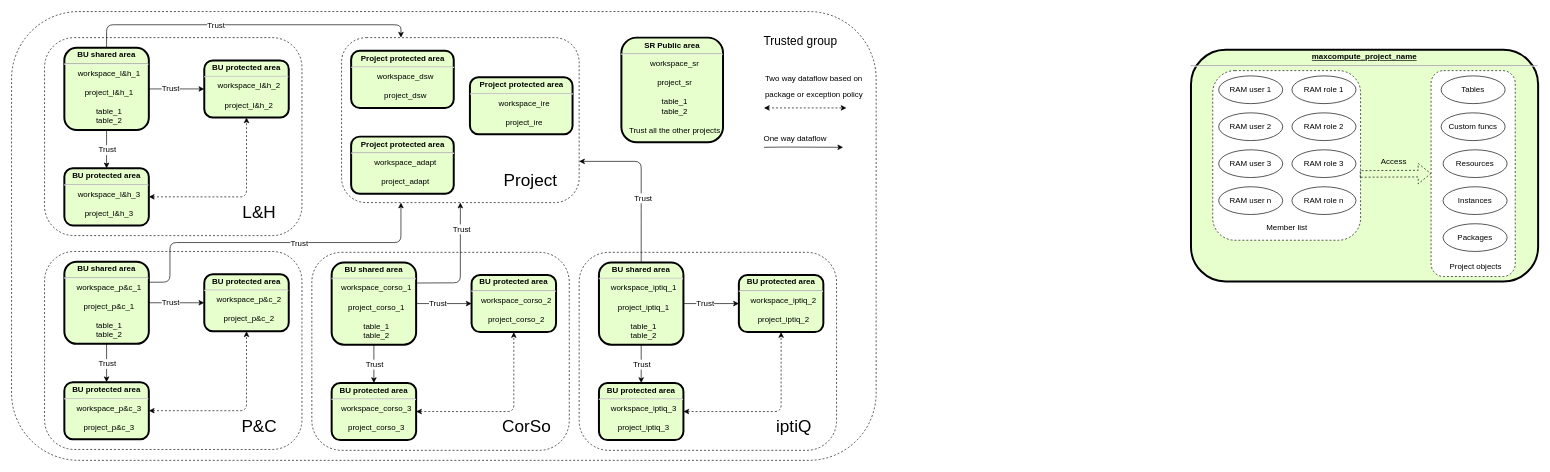
This is dsad-731.drawio from huangdgm/webstore-v2.0, a draw.io file, before an edit. Source tidied: cells renumbered, new cells numbered last; positions are measured from the earlier drawing's top-left corner, leaving out a move shared by most shapes. Both pictures are drawn from the tidied source at 66%, with x=0, y=0 at pixel (11, 11).
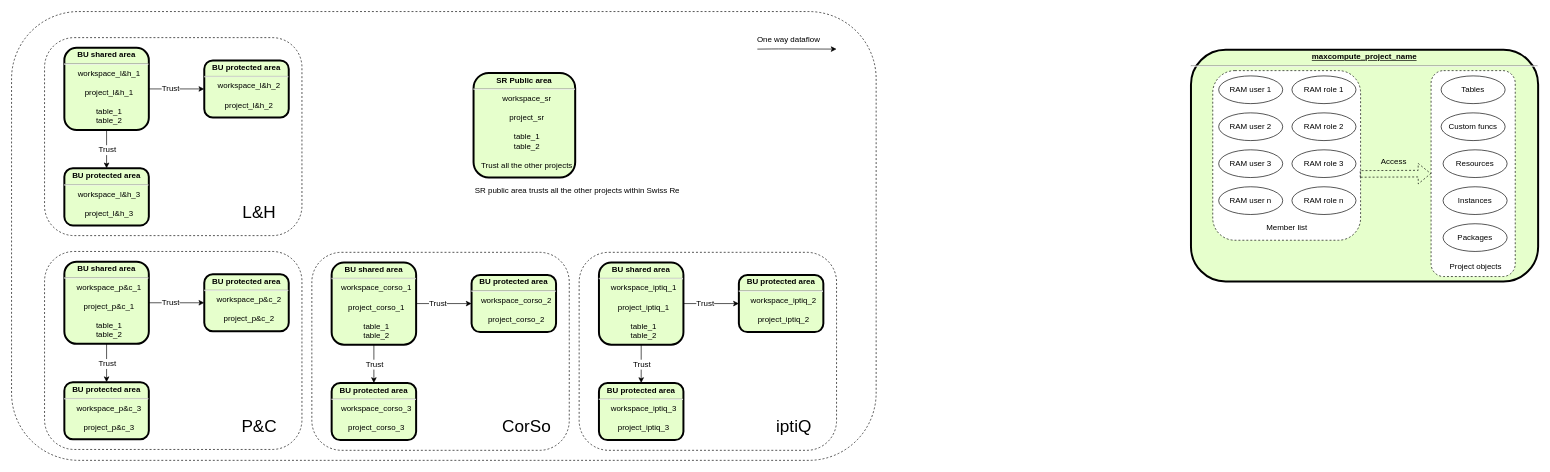
Above is the later version.

Unchanged cells that the change refers to:
```xml
<mxCell id="7" value="&lt;p style=&quot;margin: 4px 0px 0px&quot;&gt;BU shared area&lt;/p&gt;&lt;hr&gt;&lt;p style=&quot;margin: 0px ; margin-left: 8px&quot;&gt;&lt;span style=&quot;font-weight: 400&quot;&gt;workspace_iptiq_1&lt;/span&gt;&lt;br&gt;&lt;/p&gt;&lt;p style=&quot;margin: 0px ; margin-left: 8px&quot;&gt;&lt;span style=&quot;font-weight: 400&quot;&gt;&lt;br&gt;&lt;/span&gt;&lt;/p&gt;&lt;p style=&quot;margin: 0px ; margin-left: 8px&quot;&gt;&lt;span style=&quot;font-weight: normal&quot;&gt;project_iptiq_1&lt;/span&gt;&lt;/p&gt;&lt;p style=&quot;margin: 0px ; margin-left: 8px&quot;&gt;&lt;span style=&quot;font-weight: normal&quot;&gt;&lt;br&gt;&lt;/span&gt;&lt;/p&gt;&lt;p style=&quot;margin: 0px ; margin-left: 8px&quot;&gt;&lt;span style=&quot;font-weight: normal&quot;&gt;table_1&lt;/span&gt;&lt;/p&gt;&lt;p style=&quot;margin: 0px ; margin-left: 8px&quot;&gt;&lt;span style=&quot;font-weight: normal&quot;&gt;table_2&lt;/span&gt;&lt;/p&gt;" style="verticalAlign=middle;align=center;overflow=fill;fontSize=12;fontFamily=Helvetica;html=1;rounded=1;fontStyle=1;strokeWidth=3;fillColor=#E6FFCC;" parent="1" vertex="1">
  <mxGeometry x="890" y="380.2" width="128" height="124.5" as="geometry" />
</mxCell>
<mxCell id="34" value="&lt;p style=&quot;margin: 4px 0px 0px&quot;&gt;BU protected area&lt;/p&gt;&lt;hr&gt;&lt;p style=&quot;margin: 0px ; margin-left: 8px&quot;&gt;&lt;span style=&quot;font-weight: 400&quot;&gt;workspace_iptiq_2&lt;/span&gt;&lt;br&gt;&lt;/p&gt;&lt;p style=&quot;margin: 0px ; margin-left: 8px&quot;&gt;&lt;span style=&quot;font-weight: 400&quot;&gt;&lt;br&gt;&lt;/span&gt;&lt;/p&gt;&lt;p style=&quot;margin: 0px ; margin-left: 8px&quot;&gt;&lt;span style=&quot;font-weight: normal&quot;&gt;project_iptiq_2&lt;/span&gt;&lt;/p&gt;" style="verticalAlign=middle;align=center;overflow=fill;fontSize=12;fontFamily=Helvetica;html=1;rounded=1;fontStyle=1;strokeWidth=3;fillColor=#E6FFCC;" parent="1" vertex="1">
  <mxGeometry x="1102" y="399.2" width="128" height="86.5" as="geometry" />
</mxCell>
<mxCell id="35" value="&lt;p style=&quot;margin: 4px 0px 0px&quot;&gt;BU protected area&lt;/p&gt;&lt;hr&gt;&lt;p style=&quot;margin: 0px ; margin-left: 8px&quot;&gt;&lt;span style=&quot;font-weight: 400&quot;&gt;workspace_iptiq_3&lt;/span&gt;&lt;br&gt;&lt;/p&gt;&lt;p style=&quot;margin: 0px ; margin-left: 8px&quot;&gt;&lt;span style=&quot;font-weight: 400&quot;&gt;&lt;br&gt;&lt;/span&gt;&lt;/p&gt;&lt;p style=&quot;margin: 0px ; margin-left: 8px&quot;&gt;&lt;span style=&quot;font-weight: normal&quot;&gt;project_iptiq_3&lt;/span&gt;&lt;/p&gt;" style="verticalAlign=middle;align=center;overflow=fill;fontSize=12;fontFamily=Helvetica;html=1;rounded=1;fontStyle=1;strokeWidth=3;fillColor=#E6FFCC;" parent="1" vertex="1">
  <mxGeometry x="890" y="562.8" width="128" height="86.5" as="geometry" />
</mxCell>
<mxCell id="44" value="&lt;p style=&quot;margin: 4px 0px 0px&quot;&gt;BU shared area&lt;/p&gt;&lt;hr&gt;&lt;p style=&quot;margin: 0px ; margin-left: 8px&quot;&gt;&lt;span style=&quot;font-weight: 400&quot;&gt;workspace_p&amp;amp;c_1&lt;/span&gt;&lt;br&gt;&lt;/p&gt;&lt;p style=&quot;margin: 0px ; margin-left: 8px&quot;&gt;&lt;span style=&quot;font-weight: 400&quot;&gt;&lt;br&gt;&lt;/span&gt;&lt;/p&gt;&lt;p style=&quot;margin: 0px ; margin-left: 8px&quot;&gt;&lt;span style=&quot;font-weight: normal&quot;&gt;project_p&amp;amp;c_1&lt;/span&gt;&lt;/p&gt;&lt;p style=&quot;margin: 0px ; margin-left: 8px&quot;&gt;&lt;span style=&quot;font-weight: normal&quot;&gt;&lt;br&gt;&lt;/span&gt;&lt;/p&gt;&lt;p style=&quot;margin: 0px ; margin-left: 8px&quot;&gt;&lt;span style=&quot;font-weight: normal&quot;&gt;table_1&lt;/span&gt;&lt;/p&gt;&lt;p style=&quot;margin: 0px ; margin-left: 8px&quot;&gt;&lt;span style=&quot;font-weight: normal&quot;&gt;table_2&lt;/span&gt;&lt;/p&gt;" style="verticalAlign=middle;align=center;overflow=fill;fontSize=12;fontFamily=Helvetica;html=1;rounded=1;fontStyle=1;strokeWidth=3;fillColor=#E6FFCC;" parent="1" vertex="1">
  <mxGeometry x="80" y="379" width="128" height="124.5" as="geometry" />
</mxCell>
<mxCell id="47" value="&lt;p style=&quot;margin: 4px 0px 0px&quot;&gt;BU protected area&lt;/p&gt;&lt;hr&gt;&lt;p style=&quot;margin: 0px ; margin-left: 8px&quot;&gt;&lt;span style=&quot;font-weight: 400&quot;&gt;workspace_p&amp;amp;c_2&lt;/span&gt;&lt;br&gt;&lt;/p&gt;&lt;p style=&quot;margin: 0px ; margin-left: 8px&quot;&gt;&lt;span style=&quot;font-weight: 400&quot;&gt;&lt;br&gt;&lt;/span&gt;&lt;/p&gt;&lt;p style=&quot;margin: 0px ; margin-left: 8px&quot;&gt;&lt;span style=&quot;font-weight: normal&quot;&gt;project_p&amp;amp;c_2&lt;/span&gt;&lt;/p&gt;" style="verticalAlign=middle;align=center;overflow=fill;fontSize=12;fontFamily=Helvetica;html=1;rounded=1;fontStyle=1;strokeWidth=3;fillColor=#E6FFCC;" parent="1" vertex="1">
  <mxGeometry x="292" y="398" width="128" height="86.5" as="geometry" />
</mxCell>
<mxCell id="48" value="&lt;p style=&quot;margin: 4px 0px 0px&quot;&gt;BU protected area&lt;/p&gt;&lt;hr&gt;&lt;p style=&quot;margin: 0px ; margin-left: 8px&quot;&gt;&lt;span style=&quot;font-weight: 400&quot;&gt;workspace_p&amp;amp;c_3&lt;/span&gt;&lt;br&gt;&lt;/p&gt;&lt;p style=&quot;margin: 0px ; margin-left: 8px&quot;&gt;&lt;span style=&quot;font-weight: 400&quot;&gt;&lt;br&gt;&lt;/span&gt;&lt;/p&gt;&lt;p style=&quot;margin: 0px ; margin-left: 8px&quot;&gt;&lt;span style=&quot;font-weight: normal&quot;&gt;project_p&amp;amp;c_3&lt;/span&gt;&lt;/p&gt;" style="verticalAlign=middle;align=center;overflow=fill;fontSize=12;fontFamily=Helvetica;html=1;rounded=1;fontStyle=1;strokeWidth=3;fillColor=#E6FFCC;" parent="1" vertex="1">
  <mxGeometry x="80" y="561.5" width="128" height="86.5" as="geometry" />
</mxCell>
<mxCell id="54" value="&lt;p style=&quot;margin: 4px 0px 0px&quot;&gt;BU shared area&lt;/p&gt;&lt;hr&gt;&lt;p style=&quot;margin: 0px ; margin-left: 8px&quot;&gt;&lt;span style=&quot;font-weight: 400&quot;&gt;workspace_l&amp;amp;h_1&lt;/span&gt;&lt;br&gt;&lt;/p&gt;&lt;p style=&quot;margin: 0px ; margin-left: 8px&quot;&gt;&lt;span style=&quot;font-weight: 400&quot;&gt;&lt;br&gt;&lt;/span&gt;&lt;/p&gt;&lt;p style=&quot;margin: 0px ; margin-left: 8px&quot;&gt;&lt;span style=&quot;font-weight: normal&quot;&gt;project_l&amp;amp;h_1&lt;/span&gt;&lt;/p&gt;&lt;p style=&quot;margin: 0px ; margin-left: 8px&quot;&gt;&lt;span style=&quot;font-weight: normal&quot;&gt;&lt;br&gt;&lt;/span&gt;&lt;/p&gt;&lt;p style=&quot;margin: 0px ; margin-left: 8px&quot;&gt;&lt;span style=&quot;font-weight: normal&quot;&gt;table_1&lt;/span&gt;&lt;/p&gt;&lt;p style=&quot;margin: 0px ; margin-left: 8px&quot;&gt;&lt;span style=&quot;font-weight: normal&quot;&gt;table_2&lt;/span&gt;&lt;/p&gt;" style="verticalAlign=middle;align=center;overflow=fill;fontSize=12;fontFamily=Helvetica;html=1;rounded=1;fontStyle=1;strokeWidth=3;fillColor=#E6FFCC;" parent="1" vertex="1">
  <mxGeometry x="80" y="55" width="128" height="124.5" as="geometry" />
</mxCell>
<mxCell id="57" value="&lt;p style=&quot;margin: 4px 0px 0px&quot;&gt;BU protected area&lt;/p&gt;&lt;hr&gt;&lt;p style=&quot;margin: 0px ; margin-left: 8px&quot;&gt;&lt;span style=&quot;font-weight: 400&quot;&gt;workspace_l&amp;amp;h_2&lt;/span&gt;&lt;br&gt;&lt;/p&gt;&lt;p style=&quot;margin: 0px ; margin-left: 8px&quot;&gt;&lt;span style=&quot;font-weight: 400&quot;&gt;&lt;br&gt;&lt;/span&gt;&lt;/p&gt;&lt;p style=&quot;margin: 0px ; margin-left: 8px&quot;&gt;&lt;span style=&quot;font-weight: normal&quot;&gt;project_l&amp;amp;h_2&lt;/span&gt;&lt;/p&gt;" style="verticalAlign=middle;align=center;overflow=fill;fontSize=12;fontFamily=Helvetica;html=1;rounded=1;fontStyle=1;strokeWidth=3;fillColor=#E6FFCC;" parent="1" vertex="1">
  <mxGeometry x="292" y="74" width="128" height="86.5" as="geometry" />
</mxCell>
<mxCell id="58" value="&lt;p style=&quot;margin: 4px 0px 0px&quot;&gt;BU protected area&lt;/p&gt;&lt;hr&gt;&lt;p style=&quot;margin: 0px ; margin-left: 8px&quot;&gt;&lt;span style=&quot;font-weight: 400&quot;&gt;workspace_l&amp;amp;h_3&lt;/span&gt;&lt;br&gt;&lt;/p&gt;&lt;p style=&quot;margin: 0px ; margin-left: 8px&quot;&gt;&lt;span style=&quot;font-weight: 400&quot;&gt;&lt;br&gt;&lt;/span&gt;&lt;/p&gt;&lt;p style=&quot;margin: 0px ; margin-left: 8px&quot;&gt;&lt;span style=&quot;font-weight: normal&quot;&gt;project_l&amp;amp;h_3&lt;/span&gt;&lt;/p&gt;" style="verticalAlign=middle;align=center;overflow=fill;fontSize=12;fontFamily=Helvetica;html=1;rounded=1;fontStyle=1;strokeWidth=3;fillColor=#E6FFCC;" parent="1" vertex="1">
  <mxGeometry x="80" y="237.5" width="128" height="86.5" as="geometry" />
</mxCell>
<mxCell id="64" value="&lt;p style=&quot;margin: 4px 0px 0px&quot;&gt;BU shared area&lt;/p&gt;&lt;hr&gt;&lt;p style=&quot;margin: 0px ; margin-left: 8px&quot;&gt;&lt;span style=&quot;font-weight: 400&quot;&gt;workspace_corso_1&lt;/span&gt;&lt;br&gt;&lt;/p&gt;&lt;p style=&quot;margin: 0px ; margin-left: 8px&quot;&gt;&lt;span style=&quot;font-weight: 400&quot;&gt;&lt;br&gt;&lt;/span&gt;&lt;/p&gt;&lt;p style=&quot;margin: 0px ; margin-left: 8px&quot;&gt;&lt;span style=&quot;font-weight: normal&quot;&gt;project_corso_1&lt;/span&gt;&lt;/p&gt;&lt;p style=&quot;margin: 0px ; margin-left: 8px&quot;&gt;&lt;span style=&quot;font-weight: normal&quot;&gt;&lt;br&gt;&lt;/span&gt;&lt;/p&gt;&lt;p style=&quot;margin: 0px ; margin-left: 8px&quot;&gt;&lt;span style=&quot;font-weight: normal&quot;&gt;table_1&lt;/span&gt;&lt;/p&gt;&lt;p style=&quot;margin: 0px ; margin-left: 8px&quot;&gt;&lt;span style=&quot;font-weight: normal&quot;&gt;table_2&lt;/span&gt;&lt;/p&gt;" style="verticalAlign=middle;align=center;overflow=fill;fontSize=12;fontFamily=Helvetica;html=1;rounded=1;fontStyle=1;strokeWidth=3;fillColor=#E6FFCC;" parent="1" vertex="1">
  <mxGeometry x="485" y="380.2" width="128" height="124.5" as="geometry" />
</mxCell>
<mxCell id="67" value="&lt;p style=&quot;margin: 4px 0px 0px&quot;&gt;BU protected area&lt;/p&gt;&lt;hr&gt;&lt;p style=&quot;margin: 0px ; margin-left: 8px&quot;&gt;&lt;span style=&quot;font-weight: 400&quot;&gt;workspace_corso_2&lt;/span&gt;&lt;br&gt;&lt;/p&gt;&lt;p style=&quot;margin: 0px ; margin-left: 8px&quot;&gt;&lt;span style=&quot;font-weight: 400&quot;&gt;&lt;br&gt;&lt;/span&gt;&lt;/p&gt;&lt;p style=&quot;margin: 0px ; margin-left: 8px&quot;&gt;&lt;span style=&quot;font-weight: normal&quot;&gt;project_corso_2&lt;/span&gt;&lt;/p&gt;" style="verticalAlign=middle;align=center;overflow=fill;fontSize=12;fontFamily=Helvetica;html=1;rounded=1;fontStyle=1;strokeWidth=3;fillColor=#E6FFCC;" parent="1" vertex="1">
  <mxGeometry x="697" y="399.2" width="128" height="86.5" as="geometry" />
</mxCell>
<mxCell id="68" value="&lt;p style=&quot;margin: 4px 0px 0px&quot;&gt;BU protected area&lt;/p&gt;&lt;hr&gt;&lt;p style=&quot;margin: 0px ; margin-left: 8px&quot;&gt;&lt;span style=&quot;font-weight: 400&quot;&gt;workspace_corso_3&lt;/span&gt;&lt;br&gt;&lt;/p&gt;&lt;p style=&quot;margin: 0px ; margin-left: 8px&quot;&gt;&lt;span style=&quot;font-weight: 400&quot;&gt;&lt;br&gt;&lt;/span&gt;&lt;/p&gt;&lt;p style=&quot;margin: 0px ; margin-left: 8px&quot;&gt;&lt;span style=&quot;font-weight: normal&quot;&gt;project_corso_3&lt;/span&gt;&lt;/p&gt;" style="verticalAlign=middle;align=center;overflow=fill;fontSize=12;fontFamily=Helvetica;html=1;rounded=1;fontStyle=1;strokeWidth=3;fillColor=#E6FFCC;" parent="1" vertex="1">
  <mxGeometry x="485" y="562.8" width="128" height="86.5" as="geometry" />
</mxCell>
```

What changed in the source:
```diff
@@
     <mxCell id="9" style="endArrow=classic;html=1;fontSize=20;" parent="1" edge="1">
       <mxGeometry relative="1" as="geometry">
-        <mxPoint x="1140" y="205.7" as="sourcePoint" />
-        <mxPoint x="1260" y="205.7" as="targetPoint" />
+        <mxPoint x="1130" y="56.9" as="sourcePoint" />
+        <mxPoint x="1250" y="56.9" as="targetPoint" />
         <Array as="points">
-          <mxPoint x="1172" y="205.3" />
+          <mxPoint x="1162" y="56.6" />
         </Array>
       </mxGeometry>
     </mxCell>
     <mxCell id="10" value="&lt;font style=&quot;font-size: 12px&quot;&gt;One way dataflow&lt;/font&gt;" style="text;html=1;align=center;verticalAlign=middle;fontSize=20;" parent="1" vertex="1">
-      <mxGeometry x="1134.5" y="172" width="105" height="31" as="geometry" />
+      <mxGeometry x="1124.5" y="23.2" width="105" height="31" as="geometry" />
     </mxCell>
-    <mxCell id="11" style="rounded=1;whiteSpace=wrap;html=1;dashed=1;" parent="1" vertex="1">
-      <mxGeometry x="500" y="39.5" width="360" height="250" as="geometry" />
-    </mxCell>
-    <mxCell id="12" value="Project" style="text;html=1;align=center;verticalAlign=middle;strokeWidth=1;fontSize=26;" parent="1" vertex="1">
-      <mxGeometry x="736" y="236" width="100" height="40" as="geometry" />
-    </mxCell>
     <mxCell id="13" value="&lt;p style=&quot;margin: 4px 0px 0px ; text-align: center&quot;&gt;SR Public area&lt;/p&gt;&lt;hr&gt;&lt;p style=&quot;margin: 0px ; margin-left: 8px&quot;&gt;&lt;span style=&quot;font-weight: normal&quot;&gt;workspace_sr&lt;/span&gt;&lt;br&gt;&lt;/p&gt;&lt;p style=&quot;margin: 0px ; margin-left: 8px&quot;&gt;&lt;br&gt;&lt;/p&gt;&lt;p style=&quot;margin: 0px ; margin-left: 8px&quot;&gt;&lt;span style=&quot;font-weight: normal&quot;&gt;project_sr&lt;/span&gt;&lt;/p&gt;&lt;p style=&quot;margin: 0px ; margin-left: 8px&quot;&gt;&lt;br&gt;&lt;/p&gt;&lt;p style=&quot;margin: 0px ; margin-left: 8px&quot;&gt;&lt;span style=&quot;font-weight: normal&quot;&gt;table_1&lt;/span&gt;&lt;/p&gt;&lt;p style=&quot;margin: 0px ; margin-left: 8px&quot;&gt;&lt;span style=&quot;font-weight: normal&quot;&gt;table_2&lt;/span&gt;&lt;/p&gt;&lt;p style=&quot;margin: 0px ; margin-left: 8px&quot;&gt;&lt;span style=&quot;font-weight: normal&quot;&gt;&lt;br&gt;&lt;/span&gt;&lt;/p&gt;&lt;p style=&quot;margin: 0px ; margin-left: 8px&quot;&gt;&lt;span style=&quot;font-weight: normal&quot;&gt;Trust all the other projects&lt;/span&gt;&lt;/p&gt;" style="verticalAlign=middle;align=center;overflow=fill;fontSize=12;fontFamily=Helvetica;html=1;rounded=1;fontStyle=1;strokeWidth=3;fillColor=#E6FFCC;" parent="1" vertex="1">
-      <mxGeometry x="924" y="39.5" width="154" height="158.5" as="geometry" />
+      <mxGeometry x="700" y="93" width="154" height="158.5" as="geometry" />
     </mxCell>
@@
-    <mxCell id="31" value="&lt;div&gt;&lt;span style=&quot;font-size: 12px&quot;&gt;Two way dataflow based on&amp;nbsp;&lt;/span&gt;&lt;/div&gt;&lt;div&gt;&lt;span style=&quot;font-size: 12px&quot;&gt;package or exception policy&lt;/span&gt;&lt;/div&gt;" style="text;html=1;align=left;verticalAlign=middle;fontSize=20;" parent="1" vertex="1">
-      <mxGeometry x="1140" y="79.5" width="170" height="60" as="geometry" />
-    </mxCell>
-    <mxCell id="32" style="endArrow=classic;startArrow=classic;html=1;dashed=1;" parent="1" edge="1">
-      <mxGeometry relative="1" as="geometry">
-        <mxPoint x="1140" y="146" as="sourcePoint" />
-        <mxPoint x="1265" y="146" as="targetPoint" />
-      </mxGeometry>
-    </mxCell>
-    <mxCell id="33" style="endArrow=classic;startArrow=classic;html=1;dashed=1;fontSize=26;edgeStyle=orthogonalEdgeStyle;entryX=0.5;entryY=1;entryDx=0;entryDy=0;exitX=1;exitY=0.5;exitDx=0;exitDy=0;" parent="1" edge="1" source="35" target="34">
-      <mxGeometry relative="1" as="geometry" />
-    </mxCell>
@@
-    <mxCell id="36" value="&lt;p style=&quot;margin: 4px 0px 0px&quot;&gt;Project protected area&lt;/p&gt;&lt;hr&gt;&lt;p style=&quot;margin: 0px ; margin-left: 8px&quot;&gt;&lt;span style=&quot;font-weight: 400&quot;&gt;workspace_dsw&lt;/span&gt;&lt;br&gt;&lt;/p&gt;&lt;p style=&quot;margin: 0px ; margin-left: 8px&quot;&gt;&lt;span style=&quot;font-weight: 400&quot;&gt;&lt;br&gt;&lt;/span&gt;&lt;/p&gt;&lt;p style=&quot;margin: 0px ; margin-left: 8px&quot;&gt;&lt;span style=&quot;font-weight: normal&quot;&gt;project_dsw&lt;/span&gt;&lt;/p&gt;" style="verticalAlign=middle;align=center;overflow=fill;fontSize=12;fontFamily=Helvetica;html=1;rounded=1;fontStyle=1;strokeWidth=3;fillColor=#E6FFCC;" parent="1" vertex="1">
-      <mxGeometry x="514.5" y="59.5" width="155.5" height="86.5" as="geometry" />
-    </mxCell>
-    <mxCell id="37" value="&lt;p style=&quot;margin: 4px 0px 0px&quot;&gt;Project protected area&lt;/p&gt;&lt;hr&gt;&lt;p style=&quot;margin: 0px ; margin-left: 8px&quot;&gt;&lt;span style=&quot;font-weight: 400&quot;&gt;workspace_adapt&lt;/span&gt;&lt;br&gt;&lt;/p&gt;&lt;p style=&quot;margin: 0px ; margin-left: 8px&quot;&gt;&lt;span style=&quot;font-weight: 400&quot;&gt;&lt;br&gt;&lt;/span&gt;&lt;/p&gt;&lt;p style=&quot;margin: 0px ; margin-left: 8px&quot;&gt;&lt;span style=&quot;font-weight: normal&quot;&gt;project_adapt&lt;/span&gt;&lt;/p&gt;" style="verticalAlign=middle;align=center;overflow=fill;fontSize=12;fontFamily=Helvetica;html=1;rounded=1;fontStyle=1;strokeWidth=3;fillColor=#E6FFCC;" parent="1" vertex="1">
-      <mxGeometry x="514.5" y="189.5" width="155.5" height="86.5" as="geometry" />
-    </mxCell>
-    <mxCell id="38" value="&lt;p style=&quot;margin: 4px 0px 0px&quot;&gt;Project protected area&lt;/p&gt;&lt;hr&gt;&lt;p style=&quot;margin: 0px ; margin-left: 8px&quot;&gt;&lt;span style=&quot;font-weight: 400&quot;&gt;workspace_ire&lt;/span&gt;&lt;br&gt;&lt;/p&gt;&lt;p style=&quot;margin: 0px ; margin-left: 8px&quot;&gt;&lt;span style=&quot;font-weight: 400&quot;&gt;&lt;br&gt;&lt;/span&gt;&lt;/p&gt;&lt;p style=&quot;margin: 0px ; margin-left: 8px&quot;&gt;&lt;span style=&quot;font-weight: normal&quot;&gt;project_ire&lt;/span&gt;&lt;/p&gt;" style="verticalAlign=middle;align=center;overflow=fill;fontSize=12;fontFamily=Helvetica;html=1;rounded=1;fontStyle=1;strokeWidth=3;fillColor=#E6FFCC;" parent="1" vertex="1">
-      <mxGeometry x="694.5" y="99.5" width="155.5" height="86.5" as="geometry" />
-    </mxCell>
@@
-    <mxCell id="46" style="endArrow=classic;startArrow=classic;html=1;dashed=1;fontSize=26;edgeStyle=orthogonalEdgeStyle;entryX=0.5;entryY=1;entryDx=0;entryDy=0;exitX=1;exitY=0.5;exitDx=0;exitDy=0;" parent="1" edge="1" source="48" target="47">
-      <mxGeometry relative="1" as="geometry" />
-    </mxCell>
@@
-    <mxCell id="56" style="endArrow=classic;startArrow=classic;html=1;dashed=1;fontSize=26;edgeStyle=orthogonalEdgeStyle;entryX=0.5;entryY=1;entryDx=0;entryDy=0;exitX=1;exitY=0.5;exitDx=0;exitDy=0;" parent="1" edge="1" source="58" target="57">
-      <mxGeometry relative="1" as="geometry" />
-    </mxCell>
@@
-    <mxCell id="66" style="endArrow=classic;startArrow=classic;html=1;dashed=1;fontSize=26;edgeStyle=orthogonalEdgeStyle;entryX=0.5;entryY=1;entryDx=0;entryDy=0;exitX=1;exitY=0.5;exitDx=0;exitDy=0;" parent="1" edge="1" source="68" target="67">
-      <mxGeometry relative="1" as="geometry" />
-    </mxCell>
@@
-    <mxCell id="73" style="endArrow=classic;html=1;fontSize=12;exitX=0.5;exitY=0;exitDx=0;exitDy=0;entryX=0.25;entryY=0;entryDx=0;entryDy=0;" parent="1" edge="1" source="54" target="11">
-      <mxGeometry relative="1" as="geometry">
-        <Array as="points">
-          <mxPoint x="144" y="20" />
-          <mxPoint x="590" y="20" />
-        </Array>
-      </mxGeometry>
-    </mxCell>
-    <mxCell id="74" value="Trust" style="edgeLabel;html=1;align=center;verticalAlign=middle;fontSize=12;" parent="73" vertex="1">
-      <mxGeometry x="-0.2" relative="1" as="geometry" />
-    </mxCell>
-    <mxCell id="75" style="endArrow=classic;html=1;fontSize=12;exitX=1;exitY=0.25;exitDx=0;exitDy=0;entryX=0.25;entryY=1;entryDx=0;entryDy=0;" parent="1" edge="1" source="44" target="11">
-      <mxGeometry relative="1" as="geometry">
-        <Array as="points">
-          <mxPoint x="240" y="410" />
-          <mxPoint x="240" y="350" />
-          <mxPoint x="590" y="350" />
-        </Array>
-      </mxGeometry>
-    </mxCell>
-    <mxCell id="76" value="Trust" style="edgeLabel;html=1;align=center;verticalAlign=middle;fontSize=12;" parent="75" vertex="1">
-      <mxGeometry x="-0.2" relative="1" as="geometry">
-        <mxPoint x="87" as="offset" />
-      </mxGeometry>
-    </mxCell>
-    <mxCell id="77" style="endArrow=classic;html=1;fontSize=12;exitX=1;exitY=0.25;exitDx=0;exitDy=0;entryX=0.5;entryY=1;entryDx=0;entryDy=0;" parent="1" edge="1" source="64" target="11">
-      <mxGeometry relative="1" as="geometry">
-        <Array as="points">
-          <mxPoint x="680" y="411" />
-        </Array>
-      </mxGeometry>
-    </mxCell>
-    <mxCell id="78" value="Trust" style="edgeLabel;html=1;align=center;verticalAlign=middle;fontSize=12;" parent="77" vertex="1">
-      <mxGeometry x="0.58" y="-1" relative="1" as="geometry" />
-    </mxCell>
-    <mxCell id="79" style="endArrow=classic;html=1;fontSize=12;exitX=0.5;exitY=0;exitDx=0;exitDy=0;entryX=1;entryY=0.75;entryDx=0;entryDy=0;" parent="1" edge="1" source="7" target="11">
-      <mxGeometry relative="1" as="geometry">
-        <Array as="points">
-          <mxPoint x="954" y="310" />
-          <mxPoint x="954" y="227" />
-        </Array>
-      </mxGeometry>
-    </mxCell>
-    <mxCell id="80" value="Trust" style="edgeLabel;html=1;align=center;verticalAlign=middle;fontSize=12;" parent="79" vertex="1">
-      <mxGeometry x="-0.21" y="-2" relative="1" as="geometry" />
-    </mxCell>
-    <mxCell id="81" value="Trusted group" style="text;html=1;align=center;verticalAlign=middle;fontSize=18;" parent="1" vertex="1">
-      <mxGeometry x="1130" y="29.5" width="130" height="30" as="geometry" />
-    </mxCell>
+    <mxCell id="82" value="SR public area trusts all the other projects within Swiss Re" style="text;html=1;align=center;verticalAlign=middle;" parent="1" vertex="1">
+      <mxGeometry x="697" y="263" width="320" height="18" as="geometry" />
+    </mxCell>
```
